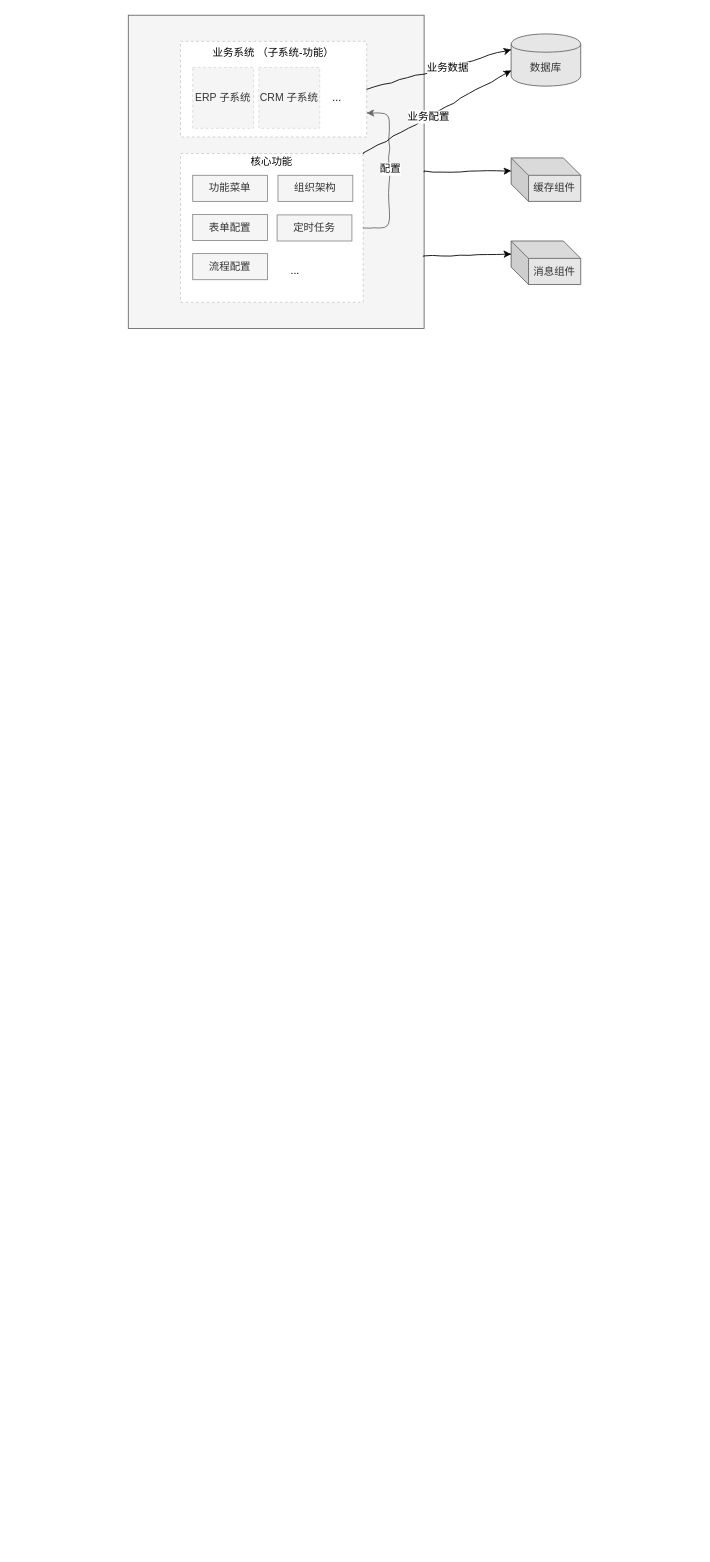
Above: 红讯系统模块改进升级.drawio in qozi/diagram (draw.io), before the change. Source tidied: cells renumbered, new cells numbered last; positions are measured from the earlier drawing's top-left corner, leaving out a move shared by most shapes. Both pictures are drawn from the tidied source at 87%, with x=0, y=0 at pixel (128, 15).
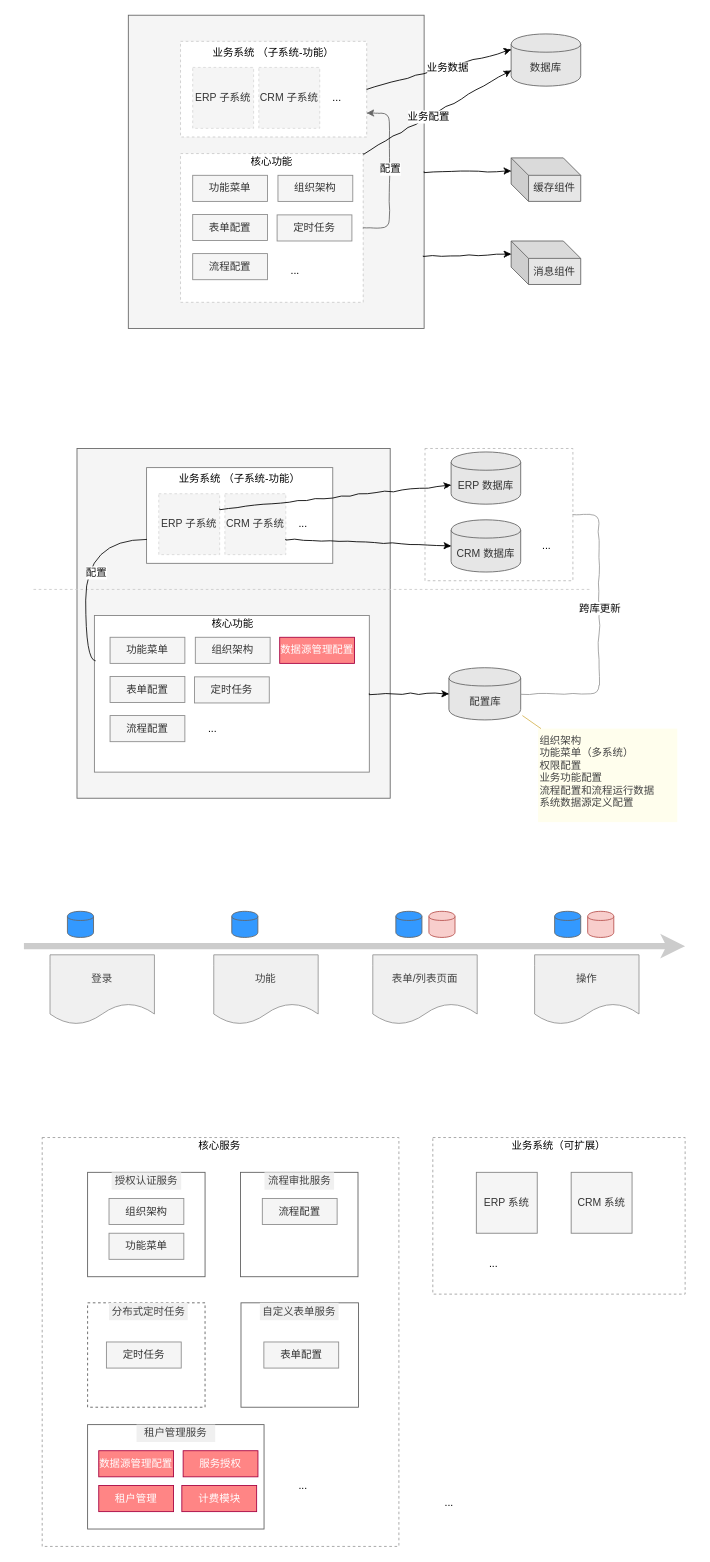
The same page after the edit.

Commit message (it also covers changes not shown here):
更新红讯系统模块改进升级.drawio

The change refers to these unchanged cells:
```xml
<mxCell id="2" style="group;dashed=1;strokeColor=none;" parent="1" vertex="1">
  <mxGeometry width="520" height="360" as="geometry" />
</mxCell>
<mxCell id="4" value="&lt;br&gt;&lt;br&gt;&lt;br&gt;" style="whiteSpace=wrap;html=1;dashed=1;strokeColor=#CCCCCC;" parent="2" vertex="1">
  <mxGeometry x="60" y="159" width="210" height="171" as="geometry" />
</mxCell>
<mxCell id="5" value="数据库" style="shape=cylinder;whiteSpace=wrap;html=1;boundedLbl=1;backgroundOutline=1;fillColor=#E6E6E6;strokeColor=#666666;fontColor=#333333;" parent="2" vertex="1">
  <mxGeometry x="440" y="21.5" width="80" height="60" as="geometry" />
</mxCell>
```

Change to the diagram source:
```diff
@@
+    <mxCell id="28" value="&lt;br&gt;&lt;br&gt;&lt;br&gt;" style="whiteSpace=wrap;html=1;strokeColor=#9E9E9E;dashed=1;" parent="1" vertex="1">
+      <mxGeometry x="-99" y="1290" width="410" height="470" as="geometry" />
+    </mxCell>
+    <mxCell id="29" style="rounded=0;whiteSpace=wrap;html=1;strokeColor=#5E5E5E;fillColor=none;gradientColor=none;fontColor=#424242;align=left;" parent="1" vertex="1">
+      <mxGeometry x="-46.8" y="1620" width="202.8" height="120" as="geometry" />
+    </mxCell>
+    <mxCell id="30" style="rounded=0;whiteSpace=wrap;html=1;strokeColor=#5E5E5E;fillColor=none;gradientColor=none;fontColor=#424242;align=left;" parent="1" vertex="1">
+      <mxGeometry x="-46.8" y="1330" width="135" height="120" as="geometry" />
+    </mxCell>
+    <mxCell id="31" style="rounded=0;whiteSpace=wrap;html=1;strokeColor=#5E5E5E;fillColor=none;gradientColor=none;fontColor=#424242;align=left;" parent="1" vertex="1">
+      <mxGeometry x="129" y="1330" width="135" height="120" as="geometry" />
+    </mxCell>
+    <mxCell id="32" style="rounded=0;whiteSpace=wrap;html=1;strokeColor=#5E5E5E;fillColor=none;gradientColor=none;fontColor=#424242;align=left;dashed=1;" parent="1" vertex="1">
+      <mxGeometry x="-46.8" y="1480" width="135" height="120" as="geometry" />
+    </mxCell>
+    <mxCell id="33" style="rounded=0;whiteSpace=wrap;html=1;strokeColor=#5E5E5E;fillColor=none;gradientColor=none;fontColor=#424242;align=left;" parent="1" vertex="1">
+      <mxGeometry x="129.5" y="1480" width="135" height="120" as="geometry" />
+    </mxCell>
@@
-    <mxCell id="18" style="endArrow=classic;html=1;exitX=1;exitY=0;exitDx=0;exitDy=0;entryX=0;entryY=0.7;entryDx=0;entryDy=0;comic=1;" parent="2" edge="1" source="4" target="5">
+    <mxCell id="18" style="endArrow=classic;html=1;entryX=0;entryY=0.7;entryDx=0;entryDy=0;comic=1;exitX=1;exitY=0;exitDx=0;exitDy=0;" parent="2" edge="1" source="4" target="5">
       <mxGeometry relative="1" as="geometry" />
     </mxCell>
@@
+    <mxCell id="34" style="group;" parent="1" vertex="1">
+      <mxGeometry x="-109" y="498" width="740" height="429.5" as="geometry" />
+    </mxCell>
+    <mxCell id="35" value="&lt;br&gt;&lt;br&gt;&lt;br&gt;" style="whiteSpace=wrap;html=1;dashed=1;strokeColor=#BABABA;" parent="34" vertex="1">
+      <mxGeometry x="450" width="170" height="152" as="geometry" />
+    </mxCell>
+    <mxCell id="36" value="&lt;br&gt;&lt;br&gt;&lt;br&gt;" style="whiteSpace=wrap;html=1;fillColor=#f5f5f5;strokeColor=#666666;fontColor=#333333;" parent="34" vertex="1">
+      <mxGeometry x="50" width="360" height="402" as="geometry" />
+    </mxCell>
+    <mxCell id="37" style="group;fillColor=#999999;" parent="34" vertex="1">
+      <mxGeometry x="130" y="22" width="214" height="110" as="geometry" />
+    </mxCell>
+    <mxCell id="38" value="&lt;br&gt;&lt;br&gt;&lt;br&gt;" style="whiteSpace=wrap;html=1;strokeColor=#808080;" parent="37" vertex="1">
+      <mxGeometry width="214" height="110" as="geometry" />
+    </mxCell>
+    <mxCell id="39" value="业务系统 （子系统-功能）" style="text;html=1;strokeColor=none;fillColor=none;align=center;verticalAlign=middle;whiteSpace=wrap;rounded=0;dashed=1;" parent="37" vertex="1">
+      <mxGeometry x="32" y="3" width="150" height="20" as="geometry" />
+    </mxCell>
+    <mxCell id="40" value="ERP 子系统" style="rounded=0;whiteSpace=wrap;html=1;fillColor=#f5f5f5;strokeColor=#D9D9D9;fontColor=#333333;dashed=1;" parent="37" vertex="1">
+      <mxGeometry x="14" y="30" width="70" height="70" as="geometry" />
+    </mxCell>
+    <mxCell id="41" value="CRM 子系统" style="rounded=0;whiteSpace=wrap;html=1;fillColor=#f5f5f5;strokeColor=#D9D9D9;fontColor=#333333;dashed=1;" parent="37" vertex="1">
+      <mxGeometry x="90" y="30" width="70" height="70" as="geometry" />
+    </mxCell>
+    <mxCell id="42" value="..." style="text;html=1;strokeColor=none;fillColor=none;align=center;verticalAlign=middle;whiteSpace=wrap;rounded=0;" parent="37" vertex="1">
+      <mxGeometry x="160" y="55" width="40" height="20" as="geometry" />
+    </mxCell>
+    <mxCell id="43" value="ERP 数据库" style="shape=cylinder;whiteSpace=wrap;html=1;boundedLbl=1;backgroundOutline=1;fillColor=#E6E6E6;strokeColor=#666666;fontColor=#333333;" parent="34" vertex="1">
+      <mxGeometry x="480" y="4" width="80" height="60" as="geometry" />
+    </mxCell>
+    <mxCell id="44" value="&lt;br&gt;&lt;br&gt;&lt;br&gt;" style="whiteSpace=wrap;html=1;strokeColor=#808080;" parent="34" vertex="1">
+      <mxGeometry x="70" y="192" width="316" height="180" as="geometry" />
+    </mxCell>
+    <mxCell id="45" value="功能菜单" style="rounded=0;whiteSpace=wrap;html=1;fillColor=#f5f5f5;strokeColor=#8C8C8C;fontColor=#333333;" parent="34" vertex="1">
+      <mxGeometry x="88" y="217" width="86" height="30" as="geometry" />
+    </mxCell>
+    <mxCell id="46" value="组织架构" style="rounded=0;whiteSpace=wrap;html=1;fillColor=#f5f5f5;strokeColor=#8C8C8C;fontColor=#333333;" parent="34" vertex="1">
+      <mxGeometry x="186" y="217" width="86" height="30" as="geometry" />
+    </mxCell>
+    <mxCell id="47" value="表单配置" style="rounded=0;whiteSpace=wrap;html=1;fillColor=#f5f5f5;strokeColor=#8C8C8C;fontColor=#333333;" parent="34" vertex="1">
+      <mxGeometry x="88" y="262" width="86" height="30" as="geometry" />
+    </mxCell>
+    <mxCell id="48" value="流程配置" style="rounded=0;whiteSpace=wrap;html=1;fillColor=#f5f5f5;strokeColor=#8C8C8C;fontColor=#333333;" parent="34" vertex="1">
+      <mxGeometry x="88" y="307" width="86" height="30" as="geometry" />
+    </mxCell>
+    <mxCell id="49" value="核心功能" style="text;html=1;strokeColor=none;fillColor=none;align=center;verticalAlign=middle;whiteSpace=wrap;rounded=0;dashed=1;" parent="34" vertex="1">
+      <mxGeometry x="154" y="192" width="150" height="20" as="geometry" />
+    </mxCell>
+    <mxCell id="50" value="定时任务" style="rounded=0;whiteSpace=wrap;html=1;fillColor=#f5f5f5;strokeColor=#8C8C8C;fontColor=#333333;" parent="34" vertex="1">
+      <mxGeometry x="185" y="262.5" width="86" height="30" as="geometry" />
+    </mxCell>
+    <mxCell id="51" value="..." style="text;html=1;strokeColor=none;fillColor=none;align=center;verticalAlign=middle;whiteSpace=wrap;rounded=0;" parent="34" vertex="1">
+      <mxGeometry x="186" y="312" width="40" height="20" as="geometry" />
+    </mxCell>
+    <mxCell id="52" value="配置库" style="shape=cylinder;whiteSpace=wrap;html=1;boundedLbl=1;backgroundOutline=1;fillColor=#E6E6E6;strokeColor=#666666;fontColor=#333333;" parent="34" vertex="1">
+      <mxGeometry x="477.5" y="252" width="82.5" height="60" as="geometry" />
+    </mxCell>
+    <mxCell id="53" value="CRM 数据库" style="shape=cylinder;whiteSpace=wrap;html=1;boundedLbl=1;backgroundOutline=1;fillColor=#E6E6E6;strokeColor=#666666;fontColor=#333333;" parent="34" vertex="1">
+      <mxGeometry x="480" y="82" width="80" height="60" as="geometry" />
+    </mxCell>
+    <mxCell id="54" value="数据源管理配置" style="rounded=0;whiteSpace=wrap;html=1;fillColor=#FF8585;strokeColor=#A50040;fontColor=#ffffff;" parent="34" vertex="1">
+      <mxGeometry x="283" y="217" width="86" height="30" as="geometry" />
+    </mxCell>
+    <mxCell id="55" style="endArrow=none;html=1;strokeColor=#CCCCCC;fontColor=#0A0A0A;dashed=1;" parent="34" edge="1">
+      <mxGeometry relative="1" as="geometry">
+        <mxPoint y="162" as="sourcePoint" />
+        <mxPoint x="640" y="162" as="targetPoint" />
+      </mxGeometry>
+    </mxCell>
+    <mxCell id="56" value="组织架构&lt;br&gt;功能菜单（多系统）&lt;br&gt;权限配置&lt;br&gt;业务功能配置&lt;br&gt;流程配置和流程运行数据&lt;br&gt;系统数据源定义配置" style="text;html=1;strokeColor=none;fillColor=#FFFEED;align=left;verticalAlign=top;whiteSpace=wrap;rounded=0;gradientColor=none;textDirection=ltr;fontColor=#424242;" parent="34" vertex="1">
+      <mxGeometry x="580" y="322" width="160" height="107.5" as="geometry" />
+    </mxCell>
+    <mxCell id="57" style="endArrow=classic;html=1;exitX=1;exitY=0.25;exitDx=0;exitDy=0;entryX=0;entryY=0;entryDx=0;entryDy=15;entryPerimeter=0;comic=1;" parent="34" edge="1" source="40">
+      <mxGeometry relative="1" as="geometry">
+        <mxPoint x="480" y="42" as="targetPoint" />
+      </mxGeometry>
+    </mxCell>
+    <mxCell id="58" style="endArrow=classic;html=1;exitX=1;exitY=0.75;exitDx=0;exitDy=0;entryX=0;entryY=0.5;entryDx=0;entryDy=0;comic=1;" parent="34" edge="1" source="41" target="53">
+      <mxGeometry relative="1" as="geometry" />
+    </mxCell>
+    <mxCell id="59" style="endArrow=classic;html=1;exitX=1;exitY=0.5;exitDx=0;exitDy=0;entryX=0;entryY=0.5;entryDx=0;entryDy=0;comic=1;" parent="34" edge="1" source="44" target="52">
+      <mxGeometry relative="1" as="geometry" />
+    </mxCell>
+    <mxCell id="60" value="..." style="text;html=1;strokeColor=none;fillColor=none;align=center;verticalAlign=middle;whiteSpace=wrap;rounded=0;" parent="34" vertex="1">
+      <mxGeometry x="570" y="102" width="40" height="20" as="geometry" />
+    </mxCell>
+    <mxCell id="61" style="endArrow=none;html=1;strokeColor=#9C9C9C;fontColor=#0A0A0A;entryX=1;entryY=0.5;entryDx=0;entryDy=0;exitX=1;exitY=0.5;exitDx=0;exitDy=0;edgeStyle=orthogonalEdgeStyle;comic=1;" parent="34" edge="1" source="52" target="35">
+      <mxGeometry relative="1" as="geometry">
+        <Array as="points">
+          <mxPoint x="650" y="282" />
+          <mxPoint x="650" y="76" />
+        </Array>
+      </mxGeometry>
+    </mxCell>
+    <mxCell id="62" value="跨库更新" style="text;html=1;align=center;verticalAlign=middle;labelBackgroundColor=#ffffff;fontColor=#0A0A0A;" parent="61" vertex="1">
+      <mxGeometry x="0.24" y="2" relative="1" as="geometry">
+        <mxPoint x="2" y="13" as="offset" />
+      </mxGeometry>
+    </mxCell>
+    <mxCell id="63" style="endArrow=none;html=1;strokeColor=#d6b656;fontColor=#0A0A0A;exitX=1.024;exitY=0.917;exitDx=0;exitDy=0;exitPerimeter=0;fillColor=#fff2cc;" parent="34" edge="1" source="52" target="56">
+      <mxGeometry relative="1" as="geometry" />
+    </mxCell>
+    <mxCell id="64" style="endArrow=none;html=1;strokeColor=#0F0F0F;fontColor=#141414;exitX=0;exitY=0.75;exitDx=0;exitDy=0;entryX=0.003;entryY=0.289;entryDx=0;entryDy=0;entryPerimeter=0;edgeStyle=orthogonalEdgeStyle;comic=1;curved=1;" parent="34" edge="1" source="38" target="44">
+      <mxGeometry relative="1" as="geometry" />
+    </mxCell>
+    <mxCell id="65" value="&lt;font color=&quot;#141414&quot;&gt;配置&lt;/font&gt;" style="text;html=1;align=center;verticalAlign=middle;labelBackgroundColor=#ffffff;fontColor=#949494;" parent="64" vertex="1">
+      <mxGeometry x="-0.56" y="32" relative="1" as="geometry">
+        <mxPoint x="-11" y="5.5" as="offset" />
+      </mxGeometry>
+    </mxCell>
+    <mxCell id="66" value="功能菜单" style="rounded=0;whiteSpace=wrap;html=1;fillColor=#f5f5f5;strokeColor=#8C8C8C;fontColor=#333333;" parent="1" vertex="1">
+      <mxGeometry x="-22.2" y="1400" width="86" height="30" as="geometry" />
+    </mxCell>
+    <mxCell id="67" value="组织架构" style="rounded=0;whiteSpace=wrap;html=1;fillColor=#f5f5f5;strokeColor=#8C8C8C;fontColor=#333333;" parent="1" vertex="1">
+      <mxGeometry x="-22.2" y="1360" width="86" height="30" as="geometry" />
+    </mxCell>
+    <mxCell id="68" value="表单配置" style="rounded=0;whiteSpace=wrap;html=1;fillColor=#f5f5f5;strokeColor=#8C8C8C;fontColor=#333333;" parent="1" vertex="1">
+      <mxGeometry x="155.8" y="1525" width="86" height="30" as="geometry" />
+    </mxCell>
+    <mxCell id="69" value="流程配置" style="rounded=0;whiteSpace=wrap;html=1;fillColor=#f5f5f5;strokeColor=#8C8C8C;fontColor=#333333;" parent="1" vertex="1">
+      <mxGeometry x="154" y="1360" width="86" height="30" as="geometry" />
+    </mxCell>
+    <mxCell id="70" value="核心服务" style="text;html=1;strokeColor=none;fillColor=none;align=center;verticalAlign=middle;whiteSpace=wrap;rounded=0;dashed=1;" parent="1" vertex="1">
+      <mxGeometry x="29.5" y="1290" width="150" height="20" as="geometry" />
+    </mxCell>
+    <mxCell id="71" value="定时任务" style="rounded=0;whiteSpace=wrap;html=1;fillColor=#f5f5f5;strokeColor=#8C8C8C;fontColor=#333333;" parent="1" vertex="1">
+      <mxGeometry x="-25.2" y="1525" width="86" height="30" as="geometry" />
+    </mxCell>
+    <mxCell id="72" value="..." style="text;html=1;strokeColor=none;fillColor=none;align=center;verticalAlign=middle;whiteSpace=wrap;rounded=0;" parent="1" vertex="1">
+      <mxGeometry x="349" y="1700" width="40" height="20" as="geometry" />
+    </mxCell>
+    <mxCell id="73" value="数据源管理配置" style="rounded=0;whiteSpace=wrap;html=1;fillColor=#FF8585;strokeColor=#A50040;fontColor=#ffffff;" parent="1" vertex="1">
+      <mxGeometry x="-34" y="1650" width="86" height="30" as="geometry" />
+    </mxCell>
+    <mxCell id="74" value="授权认证服务" style="text;html=1;strokeColor=none;fillColor=#F0F0F0;align=center;verticalAlign=middle;whiteSpace=wrap;rounded=0;fontColor=#424242;" parent="1" vertex="1">
+      <mxGeometry x="-19.2" y="1330" width="80" height="20" as="geometry" />
+    </mxCell>
+    <mxCell id="75" value="流程审批服务" style="text;html=1;strokeColor=none;fillColor=#F0F0F0;align=center;verticalAlign=middle;whiteSpace=wrap;rounded=0;fontColor=#424242;" parent="1" vertex="1">
+      <mxGeometry x="156.5" y="1330" width="80" height="20" as="geometry" />
+    </mxCell>
+    <mxCell id="76" value="分布式定时任务" style="text;html=1;strokeColor=none;fillColor=#F0F0F0;align=center;verticalAlign=middle;whiteSpace=wrap;rounded=0;fontColor=#424242;" parent="1" vertex="1">
+      <mxGeometry x="-22.2" y="1480" width="90.5" height="20" as="geometry" />
+    </mxCell>
+    <mxCell id="77" value="自定义表单服务" style="text;html=1;strokeColor=none;fillColor=#F0F0F0;align=center;verticalAlign=middle;whiteSpace=wrap;rounded=0;fontColor=#424242;" parent="1" vertex="1">
+      <mxGeometry x="151.2" y="1480" width="90.5" height="20" as="geometry" />
+    </mxCell>
+    <mxCell id="78" value="租户管理服务" style="text;html=1;strokeColor=none;fillColor=#F0F0F0;align=center;verticalAlign=middle;whiteSpace=wrap;rounded=0;fontColor=#424242;" parent="1" vertex="1">
+      <mxGeometry x="9.4" y="1620" width="90.5" height="20" as="geometry" />
+    </mxCell>
+    <mxCell id="79" value="租户管理" style="rounded=0;whiteSpace=wrap;html=1;fillColor=#FF8585;strokeColor=#A50040;fontColor=#ffffff;" parent="1" vertex="1">
+      <mxGeometry x="-34" y="1690" width="86" height="30" as="geometry" />
+    </mxCell>
+    <mxCell id="80" value="服务授权" style="rounded=0;whiteSpace=wrap;html=1;fillColor=#FF8585;strokeColor=#A50040;fontColor=#ffffff;" parent="1" vertex="1">
+      <mxGeometry x="63" y="1650" width="86" height="30" as="geometry" />
+    </mxCell>
+    <mxCell id="81" value="计费模块" style="rounded=0;whiteSpace=wrap;html=1;fillColor=#FF8585;strokeColor=#A50040;fontColor=#ffffff;" parent="1" vertex="1">
+      <mxGeometry x="61.5" y="1690" width="86" height="30" as="geometry" />
+    </mxCell>
+    <mxCell id="82" style="edgeStyle=orthogonalEdgeStyle;curved=1;comic=1;orthogonalLoop=1;jettySize=auto;html=1;exitX=0.5;exitY=1;exitDx=0;exitDy=0;strokeColor=#0F0F0F;fontColor=#424242;" parent="1" edge="1" source="80" target="80">
+      <mxGeometry relative="1" as="geometry" />
+    </mxCell>
+    <mxCell id="83" style="group;" parent="1" vertex="1">
+      <mxGeometry x="-120" y="1030" width="760" height="130" as="geometry" />
+    </mxCell>
+    <mxCell id="84" value="表单/列表页面" style="shape=document;whiteSpace=wrap;html=1;boundedLbl=1;rounded=0;strokeColor=#949494;fillColor=#F0F0F0;gradientColor=none;fontColor=#424242;align=center;" parent="83" vertex="1">
+      <mxGeometry x="401" y="50" width="120" height="80" as="geometry" />
+    </mxCell>
+    <mxCell id="85" value="功能" style="shape=document;whiteSpace=wrap;html=1;boundedLbl=1;rounded=0;strokeColor=#949494;fillColor=#F0F0F0;gradientColor=none;fontColor=#424242;align=center;" parent="83" vertex="1">
+      <mxGeometry x="218.2" y="50" width="120" height="80" as="geometry" />
+    </mxCell>
+    <mxCell id="86" value="操作" style="shape=document;whiteSpace=wrap;html=1;boundedLbl=1;rounded=0;strokeColor=#949494;fillColor=#F0F0F0;gradientColor=none;fontColor=#424242;align=center;" parent="83" vertex="1">
+      <mxGeometry x="587" y="50" width="120" height="80" as="geometry" />
+    </mxCell>
+    <mxCell id="87" value="登录" style="shape=document;whiteSpace=wrap;html=1;boundedLbl=1;rounded=0;strokeColor=#949494;fillColor=#F0F0F0;gradientColor=none;fontColor=#424242;align=center;" parent="83" vertex="1">
+      <mxGeometry x="30" y="50" width="120" height="80" as="geometry" />
+    </mxCell>
+    <mxCell id="88" style="endArrow=classic;html=1;strokeColor=#CCCCCC;fontColor=#424242;strokeWidth=7;" parent="83" edge="1">
+      <mxGeometry relative="1" as="geometry">
+        <mxPoint y="40" as="sourcePoint" />
+        <mxPoint x="760" y="40" as="targetPoint" />
+      </mxGeometry>
+    </mxCell>
+    <mxCell id="89" style="shape=cylinder;whiteSpace=wrap;html=1;boundedLbl=1;backgroundOutline=1;fillColor=#3399FF;strokeColor=#666666;fontColor=#3333FF;" parent="83" vertex="1">
+      <mxGeometry x="50" width="30" height="30" as="geometry" />
+    </mxCell>
+    <mxCell id="90" style="shape=cylinder;whiteSpace=wrap;html=1;boundedLbl=1;backgroundOutline=1;fillColor=#3399FF;strokeColor=#666666;fontColor=#3333FF;" parent="83" vertex="1">
+      <mxGeometry x="238.9" width="30" height="30" as="geometry" />
+    </mxCell>
+    <mxCell id="91" style="shape=cylinder;whiteSpace=wrap;html=1;boundedLbl=1;backgroundOutline=1;fillColor=#3399FF;strokeColor=#666666;fontColor=#3333FF;" parent="83" vertex="1">
+      <mxGeometry x="427.5" width="30" height="30" as="geometry" />
+    </mxCell>
+    <mxCell id="92" style="shape=cylinder;whiteSpace=wrap;html=1;boundedLbl=1;backgroundOutline=1;fillColor=#f8cecc;strokeColor=#b85450;" parent="83" vertex="1">
+      <mxGeometry x="465.5" width="30" height="30" as="geometry" />
+    </mxCell>
+    <mxCell id="93" style="shape=cylinder;whiteSpace=wrap;html=1;boundedLbl=1;backgroundOutline=1;fillColor=#3399FF;strokeColor=#666666;fontColor=#3333FF;" parent="83" vertex="1">
+      <mxGeometry x="610" width="30" height="30" as="geometry" />
+    </mxCell>
+    <mxCell id="94" style="shape=cylinder;whiteSpace=wrap;html=1;boundedLbl=1;backgroundOutline=1;fillColor=#f8cecc;strokeColor=#b85450;" parent="83" vertex="1">
+      <mxGeometry x="648" width="30" height="30" as="geometry" />
+    </mxCell>
+    <mxCell id="95" value="&lt;br&gt;&lt;br&gt;&lt;br&gt;" style="whiteSpace=wrap;html=1;strokeColor=#9E9E9E;dashed=1;" parent="1" vertex="1">
+      <mxGeometry x="350" y="1290" width="290" height="180" as="geometry" />
+    </mxCell>
+    <mxCell id="96" value="业务系统（可扩展）" style="text;html=1;strokeColor=none;fillColor=none;align=center;verticalAlign=middle;whiteSpace=wrap;rounded=0;dashed=1;" parent="1" vertex="1">
+      <mxGeometry x="420" y="1290" width="150" height="20" as="geometry" />
+    </mxCell>
+    <mxCell id="97" value="ERP 系统" style="rounded=0;whiteSpace=wrap;html=1;fillColor=#f5f5f5;strokeColor=#828282;fontColor=#333333;" parent="1" vertex="1">
+      <mxGeometry x="400" y="1330" width="70" height="70" as="geometry" />
+    </mxCell>
+    <mxCell id="98" value="CRM 系统" style="rounded=0;whiteSpace=wrap;html=1;fillColor=#f5f5f5;strokeColor=#828282;fontColor=#333333;" parent="1" vertex="1">
+      <mxGeometry x="509" y="1330" width="70" height="70" as="geometry" />
+    </mxCell>
+    <mxCell id="99" value="..." style="text;html=1;strokeColor=none;fillColor=none;align=center;verticalAlign=middle;whiteSpace=wrap;rounded=0;" parent="1" vertex="1">
+      <mxGeometry x="400" y="1425" width="40" height="20" as="geometry" />
+    </mxCell>
+    <mxCell id="100" value="..." style="text;html=1;strokeColor=none;fillColor=none;align=center;verticalAlign=middle;whiteSpace=wrap;rounded=0;" parent="1" vertex="1">
+      <mxGeometry x="181" y="1680" width="40" height="20" as="geometry" />
+    </mxCell>
```
